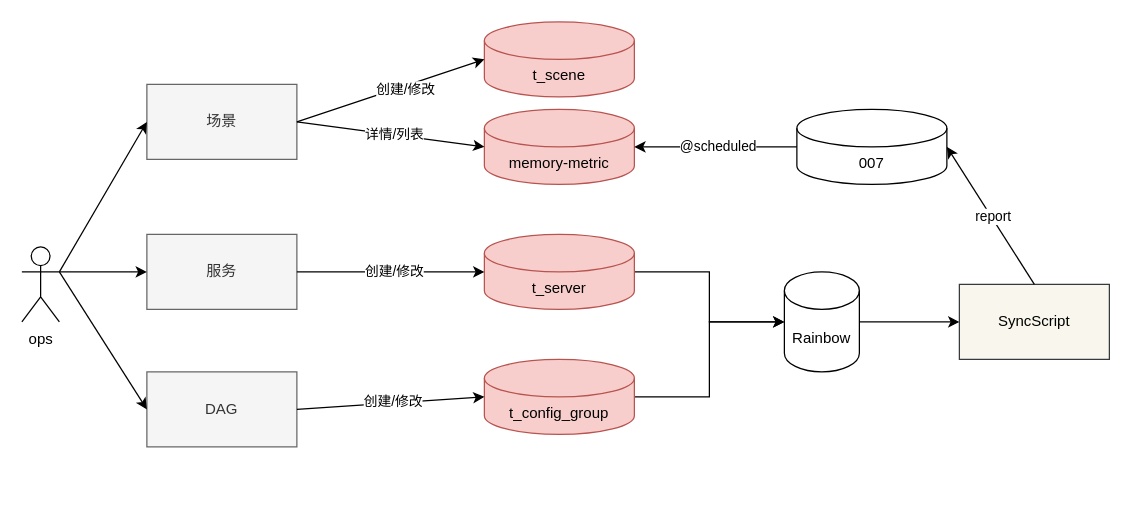
This is trs_ops_flow.drawio from learn2Pro/draw_io_save, a draw.io file, before an edit. Source tidied: cells renumbered, new cells numbered last; positions are measured from the earlier drawing's top-left corner, leaving out a move shared by most shapes. Both pictures are drawn from the tidied source at 125%, with x=0, y=0 at pixel (21, 21).
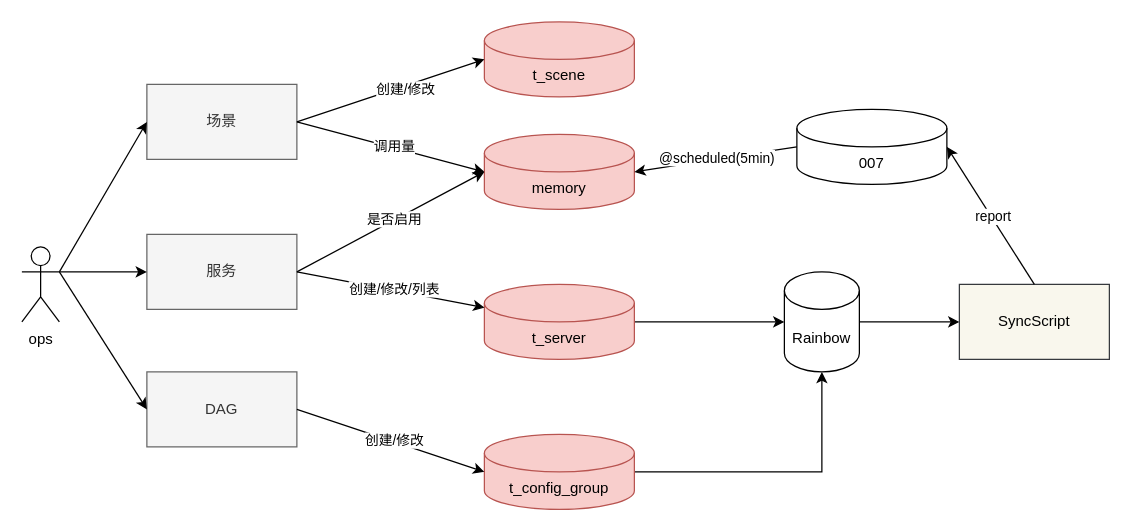
The same page after the edit.

The change refers to these unchanged cells:
```xml
<mxCell id="4" value="服务" style="rounded=0;whiteSpace=wrap;html=1;fillColor=#f5f5f5;fontColor=#333333;strokeColor=#666666;" parent="1" vertex="1">
  <mxGeometry x="100" y="170" width="120" height="60" as="geometry" />
</mxCell>
<mxCell id="9" style="endArrow=classic;html=1;rounded=0;entryX=1;entryY=0.5;entryDx=0;entryDy=0;entryPerimeter=0;exitX=0;exitY=0.5;exitDx=0;exitDy=0;exitPerimeter=0;" parent="1" edge="1" source="8" target="7">
  <mxGeometry relative="1" as="geometry" />
</mxCell>
<mxCell id="13" style="endArrow=classic;html=1;rounded=0;exitX=1;exitY=0.5;exitDx=0;exitDy=0;entryX=0;entryY=0.5;entryDx=0;entryDy=0;entryPerimeter=0;" parent="1" edge="1" source="3" target="7">
  <mxGeometry relative="1" as="geometry" />
</mxCell>
<mxCell id="27" style="endArrow=classic;html=1;rounded=0;exitX=1;exitY=0.5;exitDx=0;exitDy=0;" parent="1" edge="1" source="4" target="19">
  <mxGeometry relative="1" as="geometry" />
</mxCell>
```

What changed in the source:
```diff
@@
-    <mxCell id="7" value="memory-metric" style="shape=cylinder3;whiteSpace=wrap;html=1;boundedLbl=1;backgroundOutline=1;size=15;fillColor=#f8cecc;strokeColor=#b85450;" parent="1" vertex="1">
-      <mxGeometry x="370" y="70" width="120" height="60" as="geometry" />
+    <mxCell id="7" value="memory" style="shape=cylinder3;whiteSpace=wrap;html=1;boundedLbl=1;backgroundOutline=1;size=15;fillColor=#f8cecc;strokeColor=#b85450;" parent="1" vertex="1">
+      <mxGeometry x="370" y="90" width="120" height="60" as="geometry" />
     </mxCell>
@@
-    <mxCell id="10" value="@scheduled" style="edgeLabel;html=1;align=center;verticalAlign=middle;" parent="9" vertex="1">
+    <mxCell id="10" value="@scheduled(5min)" style="edgeLabel;html=1;align=center;verticalAlign=middle;" parent="9" vertex="1">
       <mxGeometry x="-0.01" y="-1" relative="1" as="geometry" />
     </mxCell>
@@
-    <mxCell id="14" value="详情/列表" style="edgeLabel;html=1;align=center;verticalAlign=middle;" parent="13" vertex="1">
+    <mxCell id="14" value="调用量" style="edgeLabel;html=1;align=center;verticalAlign=middle;" parent="13" vertex="1">
       <mxGeometry x="0.03" y="1" relative="1" as="geometry" />
     </mxCell>
@@
     <mxCell id="19" value="t_server" style="shape=cylinder3;whiteSpace=wrap;html=1;boundedLbl=1;backgroundOutline=1;size=15;fillColor=#f8cecc;strokeColor=#b85450;" parent="1" vertex="1">
-      <mxGeometry x="370" y="170" width="120" height="60" as="geometry" />
+      <mxGeometry x="370" y="210" width="120" height="60" as="geometry" />
     </mxCell>
@@
     <mxCell id="21" value="t_config_group" style="shape=cylinder3;whiteSpace=wrap;html=1;boundedLbl=1;backgroundOutline=1;size=15;fillColor=#f8cecc;strokeColor=#b85450;" parent="1" vertex="1">
-      <mxGeometry x="370" y="270" width="120" height="60" as="geometry" />
+      <mxGeometry x="370" y="330" width="120" height="60" as="geometry" />
     </mxCell>
@@
-    <mxCell id="28" value="创建/修改" style="edgeLabel;html=1;align=center;verticalAlign=middle;" parent="27" vertex="1">
+    <mxCell id="28" value="创建/修改/列表" style="edgeLabel;html=1;align=center;verticalAlign=middle;" parent="27" vertex="1">
       <mxGeometry x="0.03" y="1" relative="1" as="geometry" />
     </mxCell>
@@
+    <mxCell id="31" style="endArrow=classic;html=1;rounded=0;exitX=1;exitY=0.5;exitDx=0;exitDy=0;entryX=0;entryY=0.5;entryDx=0;entryDy=0;entryPerimeter=0;" parent="1" edge="1" source="4" target="7">
+      <mxGeometry relative="1" as="geometry" />
+    </mxCell>
+    <mxCell id="32" value="是否启用" style="edgeLabel;html=1;align=center;verticalAlign=middle;" parent="31" vertex="1">
+      <mxGeometry x="0.03" y="1" relative="1" as="geometry" />
+    </mxCell>
```
